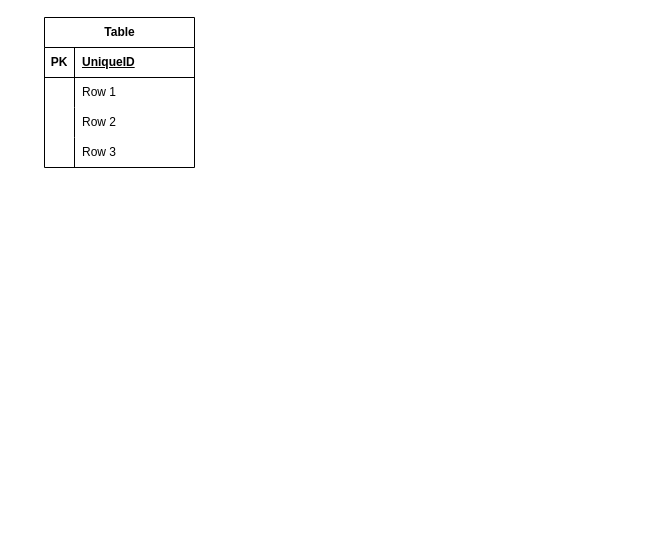
Earlier version of the draw.io diagram Diagram Tanpa Judul.drawio (Dimasega18/ERP-SQL). Source tidied: cells renumbered, new cells numbered last; positions are measured from the earlier drawing's top-left corner, leaving out a move shared by most shapes. Both pictures are drawn from the tidied source at 100%, with x=0, y=0 at pixel (44, 17).
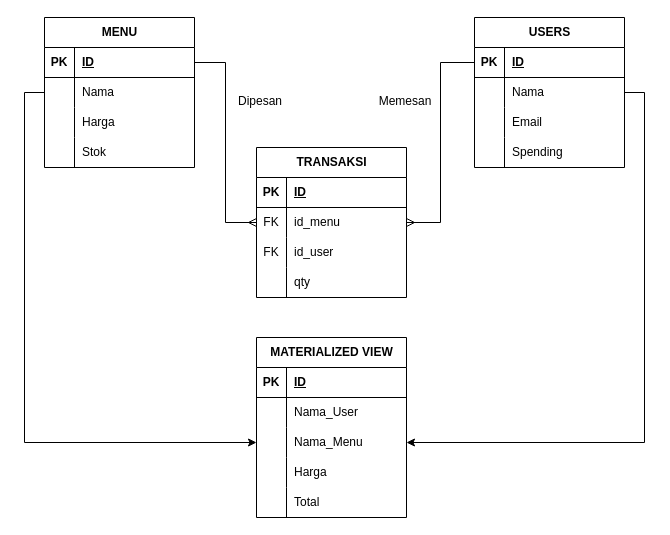
Above is the later version.

The change refers to these unchanged cells:
```xml
<mxCell id="3" style="shape=tableRow;horizontal=0;startSize=0;swimlaneHead=0;swimlaneBody=0;fillColor=none;points=[[0,0.5],[1,0.5]];portConstraint=eastwest;top=0;left=0;right=0;bottom=1;" parent="2" vertex="1">
  <mxGeometry y="30" width="150" height="30" as="geometry" />
</mxCell>
<mxCell id="6" style="shape=tableRow;horizontal=0;startSize=0;swimlaneHead=0;swimlaneBody=0;fillColor=none;points=[[0,0.5],[1,0.5]];portConstraint=eastwest;top=0;left=0;right=0;bottom=0;" parent="2" vertex="1">
  <mxGeometry y="60" width="150" height="30" as="geometry" />
</mxCell>
<mxCell id="9" style="shape=tableRow;horizontal=0;startSize=0;swimlaneHead=0;swimlaneBody=0;fillColor=none;top=0;left=0;right=0;bottom=0;" parent="2" vertex="1">
  <mxGeometry y="90" width="150" height="30" as="geometry" />
</mxCell>
<mxCell id="12" style="shape=tableRow;horizontal=0;startSize=0;swimlaneHead=0;swimlaneBody=0;fillColor=none;top=0;left=0;right=0;bottom=0;" parent="2" vertex="1">
  <mxGeometry y="120" width="150" height="30" as="geometry" />
</mxCell>
```

The edit, as a diff of the source:
```diff
@@
-    <mxCell id="2" value="Table" style="shape=table;startSize=30;childLayout=tableLayout;rowLines=0;fontStyle=1;align=center;html=1;" parent="1" vertex="1">
+    <mxCell id="2" value="MENU" style="shape=table;startSize=30;childLayout=tableLayout;rowLines=0;fontStyle=1;align=center;html=1;" parent="1" vertex="1">
       <mxGeometry width="150" height="150" as="geometry" />
     </mxCell>
@@
-    <mxCell id="5" value="UniqueID" style="shape=partialRectangle;fillColor=none;top=0;left=0;bottom=0;right=0;align=left;spacingLeft=6;fontStyle=5;overflow=hidden;whiteSpace=wrap;html=1;" parent="3" vertex="1">
+    <mxCell id="5" value="ID" style="shape=partialRectangle;fillColor=none;top=0;left=0;bottom=0;right=0;align=left;spacingLeft=6;fontStyle=5;overflow=hidden;whiteSpace=wrap;html=1;" parent="3" vertex="1">
       <mxGeometry x="30" width="120" height="30" as="geometry" />
     </mxCell>
@@
-    <mxCell id="8" value="Row 1" style="shape=partialRectangle;fillColor=none;top=0;left=0;bottom=0;right=0;align=left;spacingLeft=6;overflow=hidden;whiteSpace=wrap;html=1;" parent="6" vertex="1">
+    <mxCell id="8" value="Nama" style="shape=partialRectangle;fillColor=none;top=0;left=0;bottom=0;right=0;align=left;spacingLeft=6;overflow=hidden;whiteSpace=wrap;html=1;" parent="6" vertex="1">
       <mxGeometry x="30" width="120" height="30" as="geometry" />
     </mxCell>
@@
-    <mxCell id="11" value="Row 2" style="shape=partialRectangle;fillColor=none;top=0;left=0;bottom=0;right=0;align=left;spacingLeft=6;overflow=hidden;whiteSpace=wrap;html=1;" parent="9" vertex="1">
+    <mxCell id="11" value="Harga" style="shape=partialRectangle;fillColor=none;top=0;left=0;bottom=0;right=0;align=left;spacingLeft=6;overflow=hidden;whiteSpace=wrap;html=1;" parent="9" vertex="1">
       <mxGeometry x="30" width="120" height="30" as="geometry" />
     </mxCell>
@@
-    <mxCell id="14" value="Row 3" style="shape=partialRectangle;fillColor=none;top=0;left=0;bottom=0;right=0;align=left;spacingLeft=6;overflow=hidden;whiteSpace=wrap;html=1;" parent="12" vertex="1">
+    <mxCell id="14" value="Stok" style="shape=partialRectangle;fillColor=none;top=0;left=0;bottom=0;right=0;align=left;spacingLeft=6;overflow=hidden;whiteSpace=wrap;html=1;" parent="12" vertex="1">
       <mxGeometry x="30" width="120" height="30" as="geometry" />
     </mxCell>
+    <mxCell id="15" value="USERS" style="shape=table;startSize=30;childLayout=tableLayout;rowLines=0;fontStyle=1;align=center;html=1;" parent="1" vertex="1">
+      <mxGeometry x="430" width="150" height="150" as="geometry" />
+    </mxCell>
+    <mxCell id="16" style="shape=tableRow;horizontal=0;startSize=0;swimlaneHead=0;swimlaneBody=0;fillColor=none;points=[[0,0.5],[1,0.5]];portConstraint=eastwest;top=0;left=0;right=0;bottom=1;" parent="15" vertex="1">
+      <mxGeometry y="30" width="150" height="30" as="geometry" />
+    </mxCell>
+    <mxCell id="17" value="PK" style="shape=partialRectangle;fillColor=none;top=0;left=0;bottom=0;right=0;fontStyle=1;overflow=hidden;whiteSpace=wrap;html=1;" parent="16" vertex="1">
+      <mxGeometry width="30" height="30" as="geometry" />
+    </mxCell>
+    <mxCell id="18" value="ID" style="shape=partialRectangle;fillColor=none;top=0;left=0;bottom=0;right=0;align=left;spacingLeft=6;fontStyle=5;overflow=hidden;whiteSpace=wrap;html=1;" parent="16" vertex="1">
+      <mxGeometry x="30" width="120" height="30" as="geometry" />
+    </mxCell>
+    <mxCell id="19" style="shape=tableRow;horizontal=0;startSize=0;swimlaneHead=0;swimlaneBody=0;fillColor=none;points=[[0,0.5],[1,0.5]];portConstraint=eastwest;top=0;left=0;right=0;bottom=0;" parent="15" vertex="1">
+      <mxGeometry y="60" width="150" height="30" as="geometry" />
+    </mxCell>
+    <mxCell id="20" style="shape=partialRectangle;fillColor=none;top=0;left=0;bottom=0;right=0;overflow=hidden;whiteSpace=wrap;html=1;" parent="19" vertex="1">
+      <mxGeometry width="30" height="30" as="geometry" />
+    </mxCell>
+    <mxCell id="21" value="Nama" style="shape=partialRectangle;fillColor=none;top=0;left=0;bottom=0;right=0;align=left;spacingLeft=6;overflow=hidden;whiteSpace=wrap;html=1;" parent="19" vertex="1">
+      <mxGeometry x="30" width="120" height="30" as="geometry" />
+    </mxCell>
+    <mxCell id="22" style="shape=tableRow;horizontal=0;startSize=0;swimlaneHead=0;swimlaneBody=0;fillColor=none;top=0;left=0;right=0;bottom=0;" parent="15" vertex="1">
+      <mxGeometry y="90" width="150" height="30" as="geometry" />
+    </mxCell>
+    <mxCell id="23" style="shape=partialRectangle;fillColor=none;top=0;left=0;bottom=0;right=0;overflow=hidden;whiteSpace=wrap;html=1;" parent="22" vertex="1">
+      <mxGeometry width="30" height="30" as="geometry" />
+    </mxCell>
+    <mxCell id="24" value="Email" style="shape=partialRectangle;fillColor=none;top=0;left=0;bottom=0;right=0;align=left;spacingLeft=6;overflow=hidden;whiteSpace=wrap;html=1;" parent="22" vertex="1">
+      <mxGeometry x="30" width="120" height="30" as="geometry" />
+    </mxCell>
+    <mxCell id="25" style="shape=tableRow;horizontal=0;startSize=0;swimlaneHead=0;swimlaneBody=0;fillColor=none;top=0;left=0;right=0;bottom=0;" parent="15" vertex="1">
+      <mxGeometry y="120" width="150" height="30" as="geometry" />
+    </mxCell>
+    <mxCell id="26" style="shape=partialRectangle;fillColor=none;top=0;left=0;bottom=0;right=0;overflow=hidden;whiteSpace=wrap;html=1;" parent="25" vertex="1">
+      <mxGeometry width="30" height="30" as="geometry" />
+    </mxCell>
+    <mxCell id="27" value="Spending" style="shape=partialRectangle;fillColor=none;top=0;left=0;bottom=0;right=0;align=left;spacingLeft=6;overflow=hidden;whiteSpace=wrap;html=1;" parent="25" vertex="1">
+      <mxGeometry x="30" width="120" height="30" as="geometry" />
+    </mxCell>
+    <mxCell id="28" value="TRANSAKSI" style="shape=table;startSize=30;childLayout=tableLayout;rowLines=0;fontStyle=1;align=center;html=1;" parent="1" vertex="1">
+      <mxGeometry x="212" y="130" width="150" height="150" as="geometry" />
+    </mxCell>
+    <mxCell id="29" style="shape=tableRow;horizontal=0;startSize=0;swimlaneHead=0;swimlaneBody=0;fillColor=none;top=0;left=0;right=0;bottom=1;" parent="28" vertex="1">
+      <mxGeometry y="30" width="150" height="30" as="geometry" />
+    </mxCell>
+    <mxCell id="30" value="PK" style="shape=partialRectangle;fillColor=none;top=0;left=0;bottom=0;right=0;fontStyle=1;overflow=hidden;whiteSpace=wrap;html=1;" parent="29" vertex="1">
+      <mxGeometry width="30" height="30" as="geometry" />
+    </mxCell>
+    <mxCell id="31" value="ID" style="shape=partialRectangle;fillColor=none;top=0;left=0;bottom=0;right=0;align=left;spacingLeft=6;fontStyle=5;overflow=hidden;whiteSpace=wrap;html=1;" parent="29" vertex="1">
+      <mxGeometry x="30" width="120" height="30" as="geometry" />
+    </mxCell>
+    <mxCell id="32" style="shape=tableRow;horizontal=0;startSize=0;swimlaneHead=0;swimlaneBody=0;fillColor=none;points=[[0,0.5],[1,0.5]];portConstraint=eastwest;top=0;left=0;right=0;bottom=0;" parent="28" vertex="1">
+      <mxGeometry y="60" width="150" height="30" as="geometry" />
+    </mxCell>
+    <mxCell id="33" value="FK" style="shape=partialRectangle;fillColor=none;top=0;left=0;bottom=0;right=0;overflow=hidden;whiteSpace=wrap;html=1;" parent="32" vertex="1">
+      <mxGeometry width="30" height="30" as="geometry" />
+    </mxCell>
+    <mxCell id="34" value="id_menu" style="shape=partialRectangle;fillColor=none;top=0;left=0;bottom=0;right=0;align=left;spacingLeft=6;overflow=hidden;whiteSpace=wrap;html=1;" parent="32" vertex="1">
+      <mxGeometry x="30" width="120" height="30" as="geometry" />
+    </mxCell>
+    <mxCell id="35" style="shape=tableRow;horizontal=0;startSize=0;swimlaneHead=0;swimlaneBody=0;fillColor=none;top=0;left=0;right=0;bottom=0;" parent="28" vertex="1">
+      <mxGeometry y="90" width="150" height="30" as="geometry" />
+    </mxCell>
+    <mxCell id="36" value="FK" style="shape=partialRectangle;fillColor=none;top=0;left=0;bottom=0;right=0;overflow=hidden;whiteSpace=wrap;html=1;" parent="35" vertex="1">
+      <mxGeometry width="30" height="30" as="geometry" />
+    </mxCell>
+    <mxCell id="37" value="id_user" style="shape=partialRectangle;fillColor=none;top=0;left=0;bottom=0;right=0;align=left;spacingLeft=6;overflow=hidden;whiteSpace=wrap;html=1;" parent="35" vertex="1">
+      <mxGeometry x="30" width="120" height="30" as="geometry" />
+    </mxCell>
+    <mxCell id="38" style="shape=tableRow;horizontal=0;startSize=0;swimlaneHead=0;swimlaneBody=0;fillColor=none;top=0;left=0;right=0;bottom=0;" parent="28" vertex="1">
+      <mxGeometry y="120" width="150" height="30" as="geometry" />
+    </mxCell>
+    <mxCell id="39" style="shape=partialRectangle;fillColor=none;top=0;left=0;bottom=0;right=0;overflow=hidden;whiteSpace=wrap;html=1;" parent="38" vertex="1">
+      <mxGeometry width="30" height="30" as="geometry" />
+    </mxCell>
+    <mxCell id="40" value="qty" style="shape=partialRectangle;fillColor=none;top=0;left=0;bottom=0;right=0;align=left;spacingLeft=6;overflow=hidden;whiteSpace=wrap;html=1;" parent="38" vertex="1">
+      <mxGeometry x="30" width="120" height="30" as="geometry" />
+    </mxCell>
+    <mxCell id="41" style="edgeStyle=orthogonalEdgeStyle;rounded=0;jettySize=auto;html=1;exitX=1;exitY=0.5;exitDx=0;exitDy=0;entryX=0;entryY=0.5;entryDx=0;entryDy=0;startArrow=none;startFill=0;endArrow=ERmany;endFill=0;" parent="1" edge="1" source="3" target="32">
+      <mxGeometry relative="1" as="geometry" />
+    </mxCell>
+    <mxCell id="42" style="edgeStyle=orthogonalEdgeStyle;rounded=0;jettySize=auto;html=1;exitX=1;exitY=0.5;exitDx=0;exitDy=0;entryX=0;entryY=0.5;entryDx=0;entryDy=0;startArrow=ERmany;startFill=0;endArrow=none;endFill=0;" parent="1" edge="1" source="32" target="16">
+      <mxGeometry relative="1" as="geometry" />
+    </mxCell>
+    <mxCell id="43" value="MATERIALIZED VIEW" style="shape=table;startSize=30;childLayout=tableLayout;rowLines=0;fontStyle=1;align=center;html=1;" parent="1" vertex="1">
+      <mxGeometry x="212" y="320" width="150" height="180" as="geometry" />
+    </mxCell>
+    <mxCell id="44" style="shape=tableRow;horizontal=0;startSize=0;swimlaneHead=0;swimlaneBody=0;fillColor=none;top=0;left=0;right=0;bottom=1;" parent="43" vertex="1">
+      <mxGeometry y="30" width="150" height="30" as="geometry" />
+    </mxCell>
+    <mxCell id="45" value="PK" style="shape=partialRectangle;fillColor=none;top=0;left=0;bottom=0;right=0;fontStyle=1;overflow=hidden;whiteSpace=wrap;html=1;" parent="44" vertex="1">
+      <mxGeometry width="30" height="30" as="geometry" />
+    </mxCell>
+    <mxCell id="46" value="ID" style="shape=partialRectangle;fillColor=none;top=0;left=0;bottom=0;right=0;align=left;spacingLeft=6;fontStyle=5;overflow=hidden;whiteSpace=wrap;html=1;" parent="44" vertex="1">
+      <mxGeometry x="30" width="120" height="30" as="geometry" />
+    </mxCell>
+    <mxCell id="47" style="shape=tableRow;horizontal=0;startSize=0;swimlaneHead=0;swimlaneBody=0;fillColor=none;top=0;left=0;right=0;bottom=0;" parent="43" vertex="1">
+      <mxGeometry y="60" width="150" height="30" as="geometry" />
+    </mxCell>
+    <mxCell id="48" style="shape=partialRectangle;fillColor=none;top=0;left=0;bottom=0;right=0;overflow=hidden;whiteSpace=wrap;html=1;" parent="47" vertex="1">
+      <mxGeometry width="30" height="30" as="geometry" />
+    </mxCell>
+    <mxCell id="49" value="Nama_User" style="shape=partialRectangle;fillColor=none;top=0;left=0;bottom=0;right=0;align=left;spacingLeft=6;overflow=hidden;whiteSpace=wrap;html=1;" parent="47" vertex="1">
+      <mxGeometry x="30" width="120" height="30" as="geometry" />
+    </mxCell>
+    <mxCell id="50" style="shape=tableRow;horizontal=0;startSize=0;swimlaneHead=0;swimlaneBody=0;fillColor=none;points=[[0,0.5],[1,0.5]];portConstraint=eastwest;top=0;left=0;right=0;bottom=0;" parent="43" vertex="1">
+      <mxGeometry y="90" width="150" height="30" as="geometry" />
+    </mxCell>
+    <mxCell id="51" style="shape=partialRectangle;fillColor=none;top=0;left=0;bottom=0;right=0;overflow=hidden;whiteSpace=wrap;html=1;" parent="50" vertex="1">
+      <mxGeometry width="30" height="30" as="geometry" />
+    </mxCell>
+    <mxCell id="52" value="Nama_Menu" style="shape=partialRectangle;fillColor=none;top=0;left=0;bottom=0;right=0;align=left;spacingLeft=6;overflow=hidden;whiteSpace=wrap;html=1;" parent="50" vertex="1">
+      <mxGeometry x="30" width="120" height="30" as="geometry" />
+    </mxCell>
+    <mxCell id="53" style="shape=tableRow;horizontal=0;startSize=0;swimlaneHead=0;swimlaneBody=0;fillColor=none;top=0;left=0;right=0;bottom=0;" parent="43" vertex="1">
+      <mxGeometry y="120" width="150" height="30" as="geometry" />
+    </mxCell>
+    <mxCell id="54" style="shape=partialRectangle;fillColor=none;top=0;left=0;bottom=0;right=0;overflow=hidden;whiteSpace=wrap;html=1;" parent="53" vertex="1">
+      <mxGeometry width="30" height="30" as="geometry" />
+    </mxCell>
+    <mxCell id="55" value="Harga" style="shape=partialRectangle;fillColor=none;top=0;left=0;bottom=0;right=0;align=left;spacingLeft=6;overflow=hidden;whiteSpace=wrap;html=1;" parent="53" vertex="1">
+      <mxGeometry x="30" width="120" height="30" as="geometry" />
+    </mxCell>
+    <mxCell id="56" style="shape=tableRow;horizontal=0;startSize=0;swimlaneHead=0;swimlaneBody=0;fillColor=none;top=0;left=0;right=0;bottom=0;" parent="43" vertex="1">
+      <mxGeometry y="150" width="150" height="30" as="geometry" />
+    </mxCell>
+    <mxCell id="57" style="shape=partialRectangle;fillColor=none;top=0;left=0;bottom=0;right=0;overflow=hidden;whiteSpace=wrap;html=1;" parent="56" vertex="1">
+      <mxGeometry width="30" height="30" as="geometry" />
+    </mxCell>
+    <mxCell id="58" value="Total" style="shape=partialRectangle;fillColor=none;top=0;left=0;bottom=0;right=0;align=left;spacingLeft=6;overflow=hidden;whiteSpace=wrap;html=1;" parent="56" vertex="1">
+      <mxGeometry x="30" width="120" height="30" as="geometry" />
+    </mxCell>
+    <mxCell id="59" style="edgeStyle=orthogonalEdgeStyle;rounded=0;jettySize=auto;html=1;exitX=1;exitY=0.5;exitDx=0;exitDy=0;entryX=1;entryY=0.5;entryDx=0;entryDy=0;endArrow=classic;endFill=1;" parent="1" edge="1" source="19" target="50">
+      <mxGeometry relative="1" as="geometry" />
+    </mxCell>
+    <mxCell id="60" style="edgeStyle=orthogonalEdgeStyle;rounded=0;jettySize=auto;html=1;exitX=0;exitY=0.5;exitDx=0;exitDy=0;entryX=0;entryY=0.5;entryDx=0;entryDy=0;" parent="1" edge="1" source="6" target="50">
+      <mxGeometry relative="1" as="geometry" />
+    </mxCell>
+    <mxCell id="61" value="Dipesan" style="text;strokeColor=none;fillColor=none;spacingLeft=4;spacingRight=4;overflow=hidden;fontSize=12;whiteSpace=wrap;html=1;align=center;" parent="1" vertex="1">
+      <mxGeometry x="181" y="70" width="70" height="30" as="geometry" />
+    </mxCell>
+    <mxCell id="62" value="Memesan" style="text;strokeColor=none;fillColor=none;spacingLeft=4;spacingRight=4;overflow=hidden;fontSize=12;whiteSpace=wrap;html=1;align=center;" parent="1" vertex="1">
+      <mxGeometry x="326" y="70" width="70" height="30" as="geometry" />
+    </mxCell>
```
